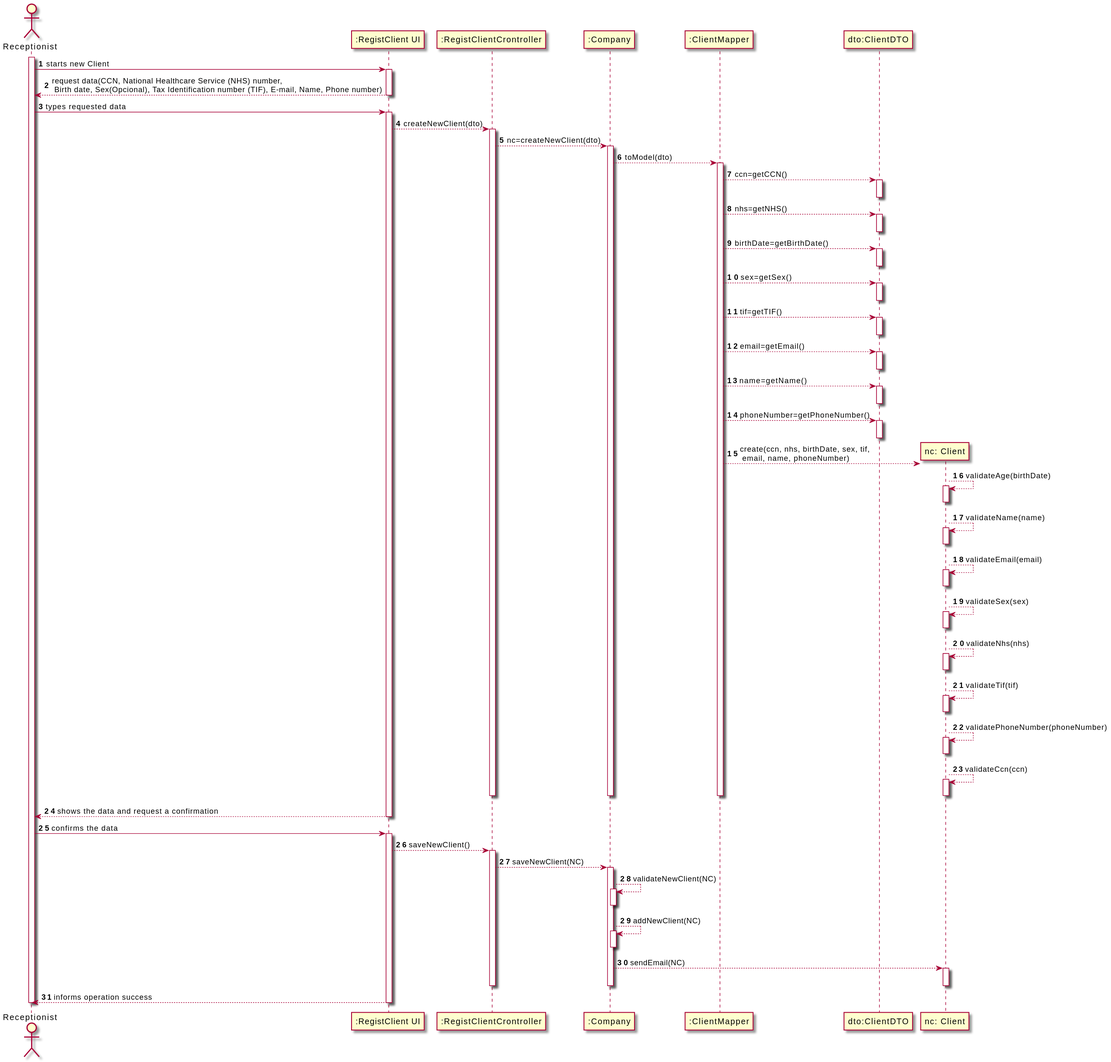
Earlier version of the PlantUML export docs/SprintB/US3_RegisterClient/US003_SD.svg (Pedromaia26/LAPR2-ISEP).
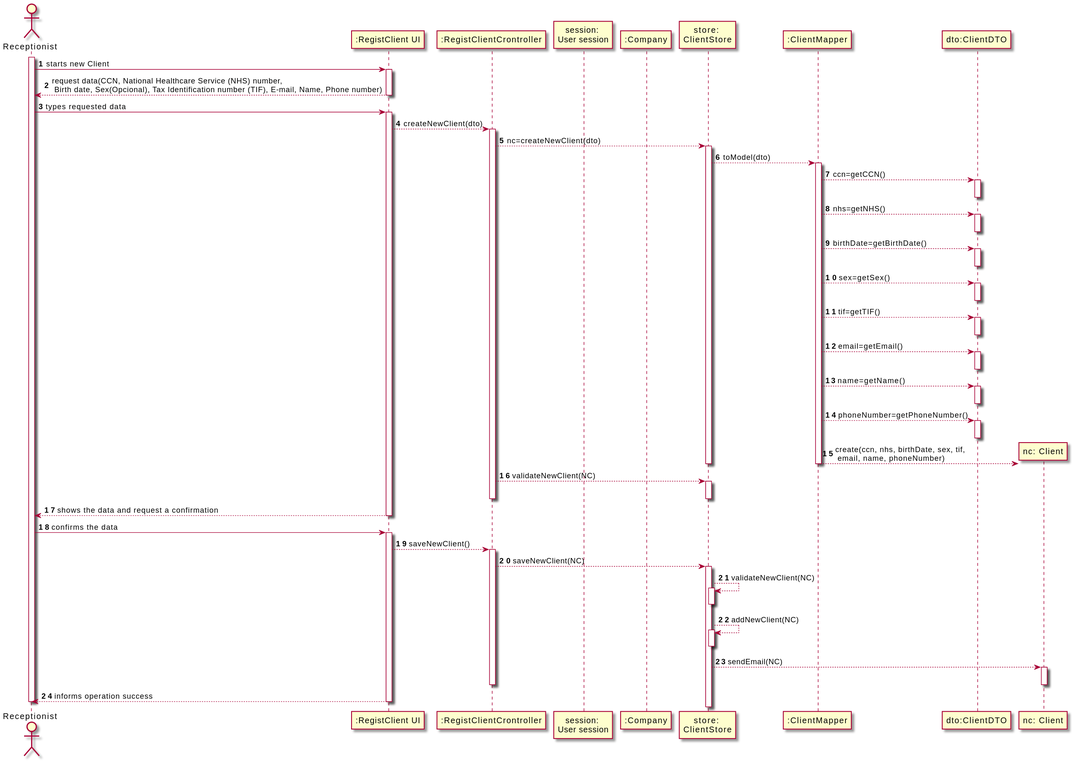
After the commit.

Change to the diagram source:
```diff
@@ -2,15 +2,20 @@
 actor Receptionist as Adm
 participant ":RegistClient UI" as System
 participant ":RegistClientCrontroller" as RCC
+participant "session: \nUser session" as US
 participant ":Company" as ML
+participant "store: \nClientStore" as CS
 participant ":ClientMapper" as cm
 participant "dto:ClientDTO" as cdto
+
 
 
 autonumber
 activate Adm
 Adm -> System: starts new Client
 activate System
+
+
 System --> Adm: request data(CCN, National Healthcare Service (NHS) number,\n Birth date, Sex(Opcional), Tax Identification number (TIF), E-mail, Name, Phone number)
 deactivate System
 
@@ -21,11 +26,11 @@
 activate System
 System-->RCC: createNewClient(dto)
 activate RCC
-RCC-->ML: nc=createNewClient(dto)
-activate ML
+RCC-->CS: nc=createNewClient(dto)
+activate CS
 
 
-ML-->cm: toModel(dto)
+CS-->cm: toModel(dto)
 activate cm
 cm-->cdto: ccn=getCCN()
 activate cdto
@@ -55,36 +60,18 @@
 
 create "nc: Client" as NC
 cm-->NC:  create(ccn, nhs, birthDate, sex, tif,\n email, name, phoneNumber)
-NC-->NC: validateAge(birthDate)
-activate NC
-deactivate NC
-NC-->NC: validateName(name)
-activate NC
-deactivate NC
-NC-->NC: validateEmail(email)
-activate NC
-deactivate NC
-NC-->NC: validateSex(sex)
-activate NC
-deactivate NC
-NC-->NC: validateNhs(nhs)
-activate NC
-deactivate NC
-NC-->NC: validateTif(tif)
-activate NC
-deactivate NC
-NC-->NC: validatePhoneNumber(phoneNumber)
-activate NC
-deactivate NC
-NC-->NC: validateCcn(ccn)
-activate NC
-deactivate NC
 
 
 
-deactivate ML
+deactivate cm
+deactivate CS
+
+RCC-->CS:validateNewClient(NC)
+Activate CS
+deactivate CS
+
 deactivate RCC
-deactivate cm
+
 System --> Adm: shows the data and request a confirmation
 deactivate System
 
@@ -93,15 +80,15 @@
 activate System
 System-->RCC: saveNewClient()
 activate RCC
-RCC-->ML:saveNewClient(NC)
-activate ML
-ML-->ML:validateNewClient(NC)
-activate ML
-deactivate ML
-ML-->ML:addNewClient(NC)
-activate ML
-deactivate ML
-ML-->NC:sendEmail(NC)
+RCC-->CS:saveNewClient(NC)
+activate CS
+CS-->CS:validateNewClient(NC)
+activate CS
+deactivate CS
+CS-->CS:addNewClient(NC)
+activate CS
+deactivate CS
+CS-->NC:sendEmail(NC)
 activate NC
 deactivate NC
 deactivate ML
```
